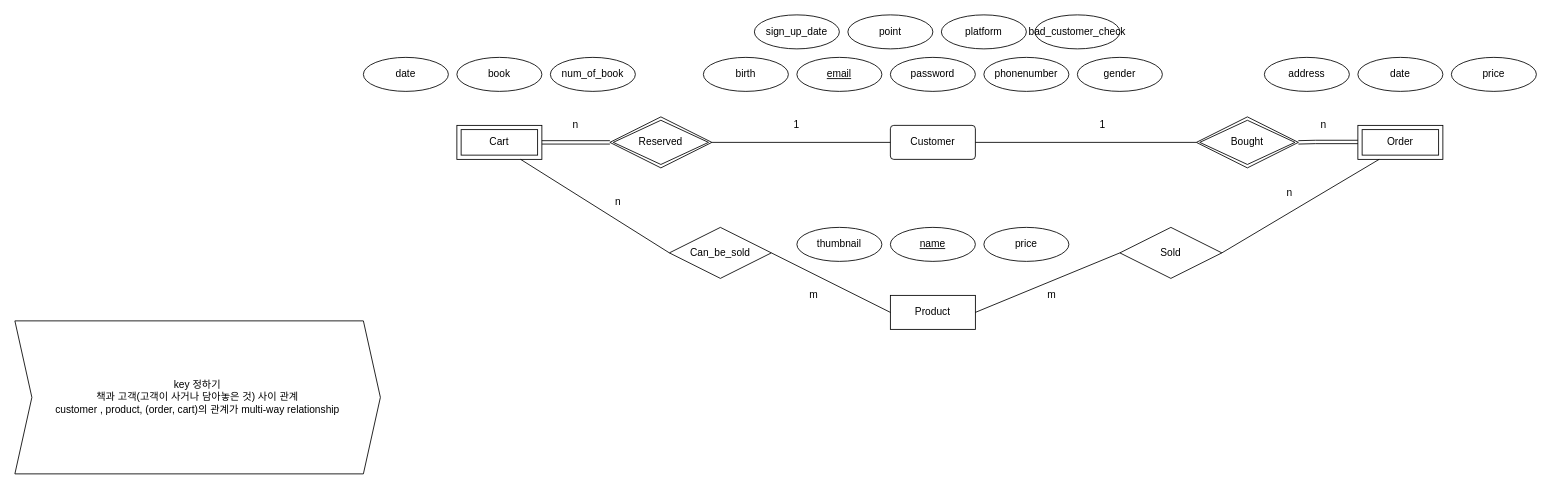
The draw.io diagram bookstore_ER_Model.drawio in seongkyu-lim/springStudyCode, before the edit. Source tidied: cells renumbered, new cells numbered last; positions are measured from the earlier drawing's top-left corner, leaving out a move shared by most shapes. Both pictures are drawn from the tidied source at 85%, with x=0, y=0 at pixel (14, 14).
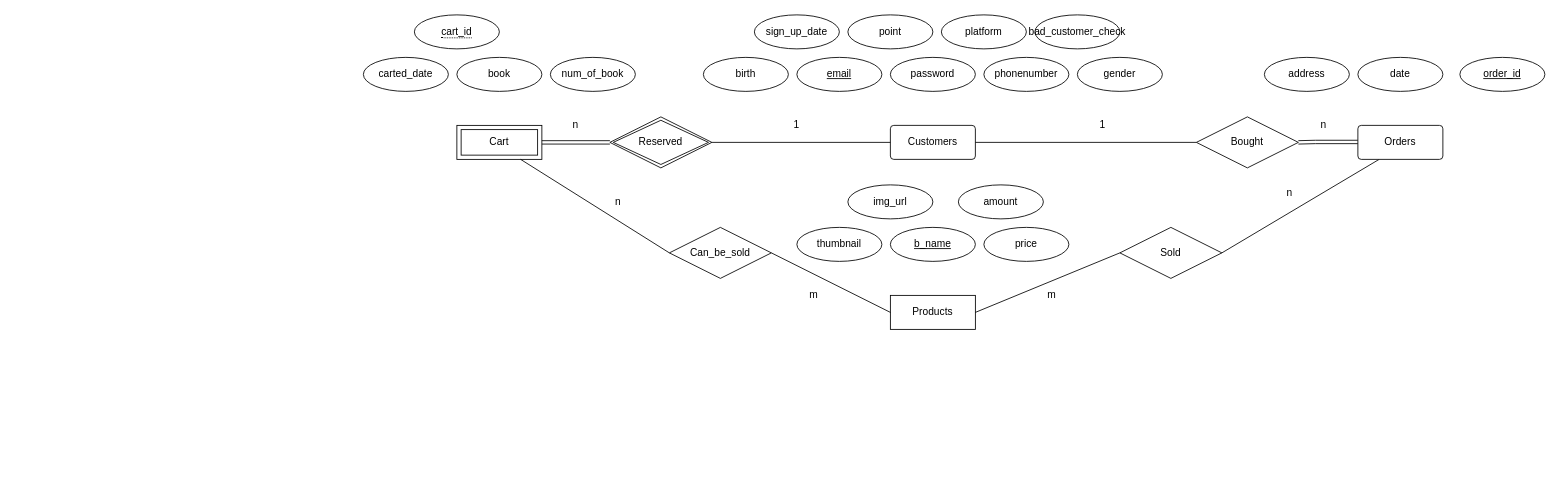
The same diagram, later.

Unchanged cells that the change refers to:
```xml
<mxCell id="2" value="Sold" style="shape=rhombus;perimeter=rhombusPerimeter;whiteSpace=wrap;html=1;align=center;" parent="1" vertex="1">
  <mxGeometry x="1300" y="250" width="120" height="60" as="geometry" />
</mxCell>
```

The edit, as a diff of the source:
```diff
@@
-    <mxCell id="3" value="Customer" style="rounded=1;arcSize=10;whiteSpace=wrap;html=1;align=center;" parent="1" vertex="1">
+    <mxCell id="3" value="Customers" style="rounded=1;arcSize=10;whiteSpace=wrap;html=1;align=center;" parent="1" vertex="1">
       <mxGeometry x="1030" y="130" width="100" height="40" as="geometry" />
     </mxCell>
@@
-    <mxCell id="12" style="endArrow=none;html=1;entryX=0;entryY=0.5;entryDx=0;entryDy=0;exitX=1;exitY=0.5;exitDx=0;exitDy=0;" parent="1" edge="1" source="3" target="25">
-      <mxGeometry relative="1" as="geometry" />
+    <mxCell id="12" style="endArrow=none;html=1;entryX=0;entryY=0.5;entryDx=0;entryDy=0;exitX=1;exitY=0.5;exitDx=0;exitDy=0;" parent="1" edge="1" source="3">
+      <mxGeometry relative="1" as="geometry">
+        <mxPoint x="1390" y="150" as="targetPoint" />
+      </mxGeometry>
     </mxCell>
@@
-    <mxCell id="18" value="date" style="ellipse;whiteSpace=wrap;html=1;align=center;" parent="1" vertex="1">
+    <mxCell id="18" value="carted_date" style="ellipse;whiteSpace=wrap;html=1;align=center;" parent="1" vertex="1">
       <mxGeometry x="410" y="50" width="100" height="40" as="geometry" />
     </mxCell>
@@
-    <mxCell id="22" value="price" style="ellipse;whiteSpace=wrap;html=1;align=center;" parent="1" vertex="1">
-      <mxGeometry x="1690" y="50" width="100" height="40" as="geometry" />
-    </mxCell>
-    <mxCell id="23" value="key 정하기&lt;br&gt;책과 고객(고객이 사거나 담아놓은 것) 사이 관계&lt;br&gt;customer , product, (order, cart)의 관계가 multi-way relationship" style="shape=step;perimeter=stepPerimeter;whiteSpace=wrap;html=1;fixedSize=1;" parent="1" vertex="1">
-      <mxGeometry y="360" width="430" height="180" as="geometry" />
-    </mxCell>
-    <mxCell id="24" value="Product" style="whiteSpace=wrap;html=1;align=center;" parent="1" vertex="1">
+    <mxCell id="24" value="Products" style="whiteSpace=wrap;html=1;align=center;" parent="1" vertex="1">
       <mxGeometry x="1030" y="330" width="100" height="40" as="geometry" />
     </mxCell>
-    <mxCell id="25" value="Bought" style="shape=rhombus;double=1;perimeter=rhombusPerimeter;whiteSpace=wrap;html=1;align=center;" parent="1" vertex="1">
-      <mxGeometry x="1390" y="120" width="120" height="60" as="geometry" />
-    </mxCell>
-    <mxCell id="26" value="Order" style="shape=ext;margin=3;double=1;whiteSpace=wrap;html=1;align=center;" parent="1" vertex="1">
-      <mxGeometry x="1580" y="130" width="100" height="40" as="geometry" />
-    </mxCell>
-    <mxCell id="27" style="shape=link;html=1;exitX=1;exitY=0.5;exitDx=0;exitDy=0;" parent="1" edge="1" source="25">
+    <mxCell id="27" style="shape=link;html=1;exitX=1;exitY=0.5;exitDx=0;exitDy=0;" parent="1" edge="1">
       <mxGeometry relative="1" as="geometry">
+        <mxPoint x="1510" y="150" as="sourcePoint" />
         <mxPoint x="1580" y="149.5" as="targetPoint" />
         <Array as="points">
           <mxPoint x="1530" y="149.5" />
         </Array>
       </mxGeometry>
     </mxCell>
@@
-    <mxCell id="29" style="endArrow=none;html=1;entryX=0.25;entryY=1;entryDx=0;entryDy=0;exitX=1;exitY=0.5;exitDx=0;exitDy=0;" parent="1" edge="1" source="2" target="26">
-      <mxGeometry relative="1" as="geometry" />
+    <mxCell id="29" style="endArrow=none;html=1;entryX=0.25;entryY=1;entryDx=0;entryDy=0;exitX=1;exitY=0.5;exitDx=0;exitDy=0;" parent="1" edge="1" source="2">
+      <mxGeometry relative="1" as="geometry">
+        <mxPoint x="1605" y="170" as="targetPoint" />
+      </mxGeometry>
     </mxCell>
@@
-    <mxCell id="45" value="name" style="ellipse;whiteSpace=wrap;html=1;align=center;fontStyle=4;" parent="1" vertex="1">
+    <mxCell id="45" value="b_name" style="ellipse;whiteSpace=wrap;html=1;align=center;fontStyle=4;" parent="1" vertex="1">
       <mxGeometry x="1030" y="250" width="100" height="40" as="geometry" />
     </mxCell>
+    <mxCell id="25" value="Bought" style="shape=rhombus;perimeter=rhombusPerimeter;whiteSpace=wrap;html=1;align=center;" parent="1" vertex="1">
+      <mxGeometry x="1390" y="120" width="120" height="60" as="geometry" />
+    </mxCell>
+    <mxCell id="46" value="Orders" style="rounded=1;arcSize=10;whiteSpace=wrap;html=1;align=center;" parent="1" vertex="1">
+      <mxGeometry x="1580" y="130" width="100" height="40" as="geometry" />
+    </mxCell>
+    <mxCell id="47" value="order_id" style="ellipse;whiteSpace=wrap;html=1;align=center;fontStyle=4;" parent="1" vertex="1">
+      <mxGeometry x="1700" y="50" width="100" height="40" as="geometry" />
+    </mxCell>
+    <mxCell id="48" value="&lt;span style=&quot;border-bottom: 1px dotted&quot;&gt;cart_id&lt;/span&gt;" style="ellipse;whiteSpace=wrap;html=1;align=center;" parent="1" vertex="1">
+      <mxGeometry x="470" width="100" height="40" as="geometry" />
+    </mxCell>
+    <mxCell id="49" value="img_url" style="ellipse;whiteSpace=wrap;html=1;align=center;" parent="1" vertex="1">
+      <mxGeometry x="980" y="200" width="100" height="40" as="geometry" />
+    </mxCell>
+    <mxCell id="50" value="amount" style="ellipse;whiteSpace=wrap;html=1;align=center;" parent="1" vertex="1">
+      <mxGeometry x="1110" y="200" width="100" height="40" as="geometry" />
+    </mxCell>
```
